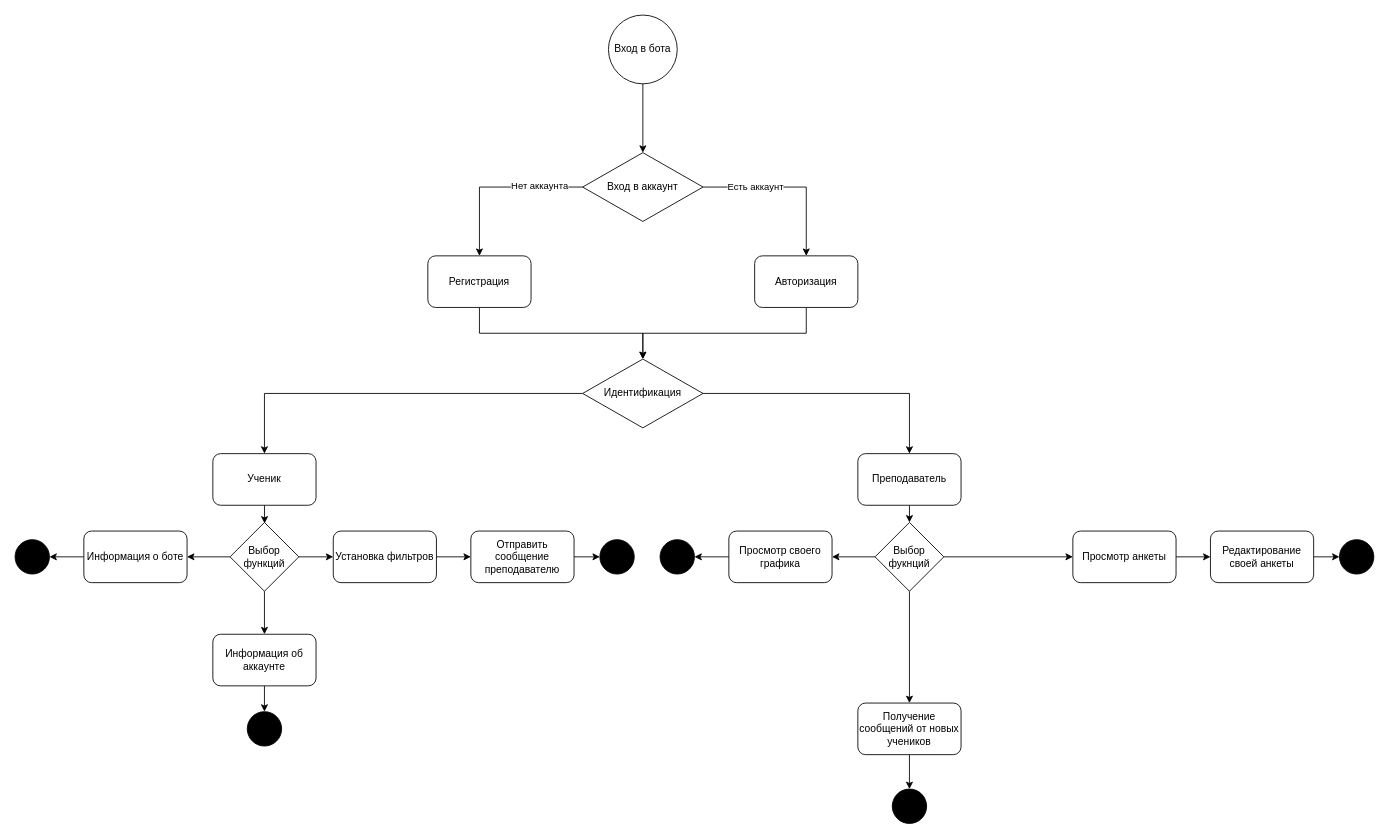
Above: activity_UML.drawio in rvoznak/Kursach_BKM (draw.io), before the change. Source tidied: cells renumbered, new cells numbered last; positions are measured from the earlier drawing's top-left corner, leaving out a move shared by most shapes. Both pictures are drawn from the tidied source at 86%, with x=0, y=0 at pixel (15, 15).
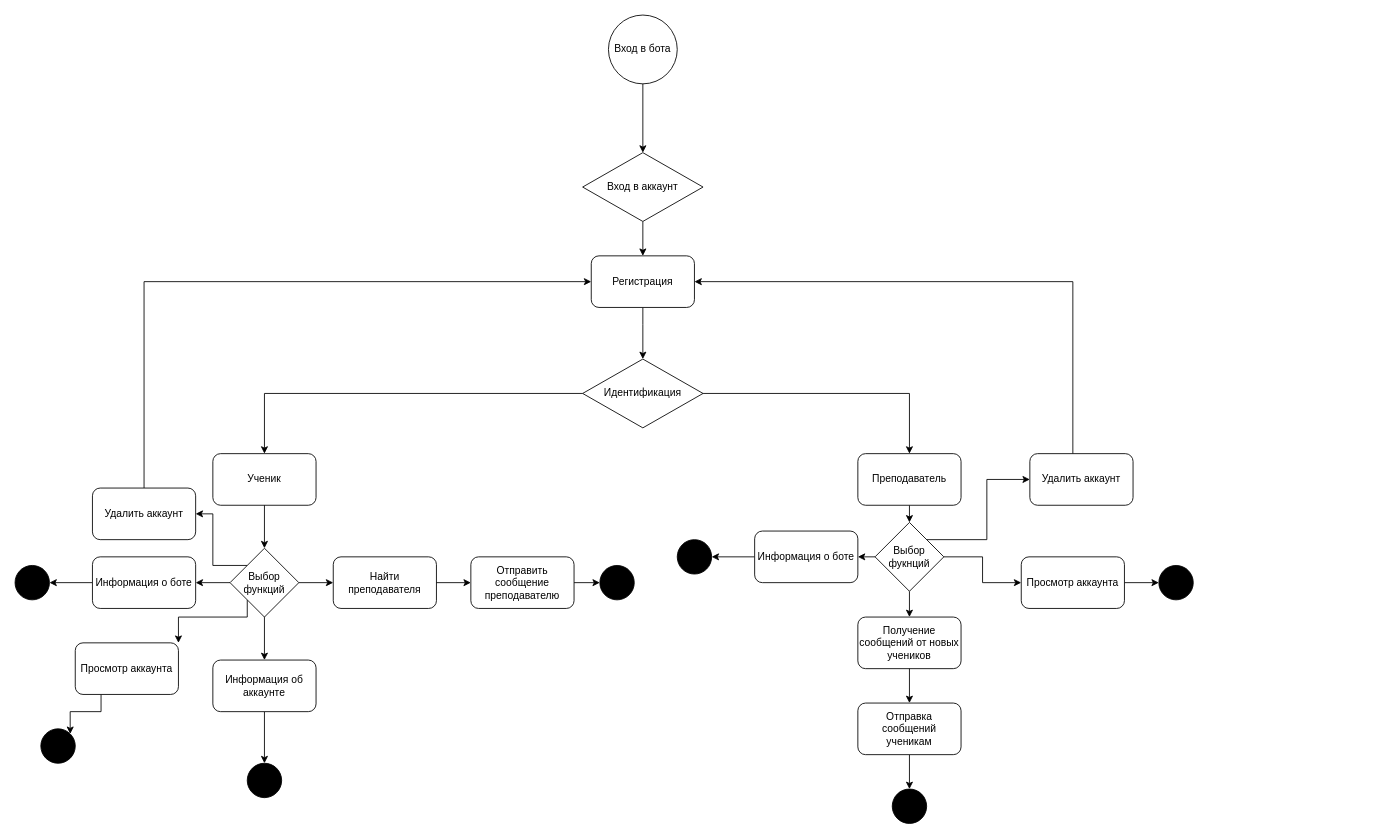
After the change.

Commit message:
Изменение даиграммы активности

Unchanged cells that the change refers to:
```xml
<mxCell id="3" value="Вход в аккаунт" style="rhombus;whiteSpace=wrap;html=1;" parent="1" vertex="1">
  <mxGeometry x="660" y="160" width="140" height="80" as="geometry" />
</mxCell>
<mxCell id="9" value="Идентификация" style="rhombus;whiteSpace=wrap;html=1;" parent="1" vertex="1">
  <mxGeometry x="660" y="400" width="140" height="80" as="geometry" />
</mxCell>
<mxCell id="23" value="Выбор фукнций" style="rhombus;whiteSpace=wrap;html=1;" parent="1" vertex="1">
  <mxGeometry x="1000" y="590" width="80" height="80" as="geometry" />
</mxCell>
<mxCell id="26" value="Ученик" style="rounded=1;whiteSpace=wrap;html=1;" parent="1" vertex="1">
  <mxGeometry x="230" y="510" width="120" height="60" as="geometry" />
</mxCell>
```

Change to the diagram source:
```diff
@@
+    <mxCell id="7" style="edgeStyle=orthogonalEdgeStyle;rounded=0;jettySize=auto;html=1;exitX=0.5;exitY=1;exitDx=0;exitDy=0;entryX=0.5;entryY=0;entryDx=0;entryDy=0;" parent="1" edge="1" source="3" target="14">
+      <mxGeometry relative="1" as="geometry" />
+    </mxCell>
@@
-    <mxCell id="5" style="edgeStyle=orthogonalEdgeStyle;rounded=0;jettySize=auto;html=1;entryX=0.5;entryY=0;entryDx=0;entryDy=0;" parent="1" edge="1" source="3" target="15">
-      <mxGeometry relative="1" as="geometry" />
-    </mxCell>
-    <mxCell id="6" value="Есть аккаунт" style="edgeLabel;html=1;align=center;verticalAlign=middle;" parent="5" vertex="1">
-      <mxGeometry x="-0.4" y="1" relative="1" as="geometry" />
-    </mxCell>
-    <mxCell id="7" style="edgeStyle=orthogonalEdgeStyle;rounded=0;jettySize=auto;html=1;entryX=0.5;entryY=0;entryDx=0;entryDy=0;" parent="1" edge="1" source="3" target="14">
-      <mxGeometry relative="1" as="geometry" />
-    </mxCell>
-    <mxCell id="8" value="Нет аккаунта" style="edgeLabel;html=1;align=center;verticalAlign=middle;" parent="7" vertex="1">
-      <mxGeometry x="-0.49" y="-2" relative="1" as="geometry" />
-    </mxCell>
@@
-    <mxCell id="10" style="edgeStyle=orthogonalEdgeStyle;rounded=0;jettySize=auto;html=1;exitX=0.5;exitY=1;exitDx=0;exitDy=0;entryX=0.5;entryY=0;entryDx=0;entryDy=0;" parent="1" edge="1" source="15" target="9">
-      <mxGeometry relative="1" as="geometry">
-        <Array as="points">
-          <mxPoint x="920" y="340" />
-          <mxPoint x="920" y="370" />
-          <mxPoint x="730" y="370" />
-        </Array>
-      </mxGeometry>
-    </mxCell>
     <mxCell id="11" style="edgeStyle=orthogonalEdgeStyle;rounded=0;jettySize=auto;html=1;entryX=0.5;entryY=0;entryDx=0;entryDy=0;exitX=0.5;exitY=1;exitDx=0;exitDy=0;" parent="1" edge="1" source="14" target="9">
       <mxGeometry relative="1" as="geometry">
         <Array as="points">
-          <mxPoint x="540" y="370" />
-          <mxPoint x="730" y="370" />
+          <mxPoint x="730" y="360" />
+          <mxPoint x="730" y="360" />
         </Array>
       </mxGeometry>
     </mxCell>
@@
     <mxCell id="14" value="Регистрация" style="rounded=1;whiteSpace=wrap;html=1;" parent="1" vertex="1">
-      <mxGeometry x="480" y="280" width="120" height="60" as="geometry" />
+      <mxGeometry x="670" y="280" width="120" height="60" as="geometry" />
     </mxCell>
-    <mxCell id="15" value="Авторизация" style="rounded=1;whiteSpace=wrap;html=1;" parent="1" vertex="1">
-      <mxGeometry x="860" y="280" width="120" height="60" as="geometry" />
-    </mxCell>
@@
-    <mxCell id="18" style="edgeStyle=orthogonalEdgeStyle;rounded=0;jettySize=auto;html=1;exitX=0.5;exitY=1;exitDx=0;exitDy=0;entryX=0.5;entryY=0;entryDx=0;entryDy=0;" parent="1" edge="1" source="19" target="45">
+    <mxCell id="18" style="edgeStyle=orthogonalEdgeStyle;rounded=0;jettySize=auto;html=1;exitX=0.5;exitY=1;exitDx=0;exitDy=0;entryX=0.5;entryY=0;entryDx=0;entryDy=0;" parent="1" edge="1" source="66" target="45">
       <mxGeometry relative="1" as="geometry" />
     </mxCell>
     <mxCell id="19" value="Получение сообщений от новых учеников" style="whiteSpace=wrap;html=1;rounded=1;" parent="1" vertex="1">
-      <mxGeometry x="980" y="800" width="120" height="60" as="geometry" />
+      <mxGeometry x="980" y="700" width="120" height="60" as="geometry" />
     </mxCell>
@@
-    <mxCell id="21" style="edgeStyle=orthogonalEdgeStyle;rounded=0;jettySize=auto;html=1;exitX=0;exitY=0.5;exitDx=0;exitDy=0;entryX=1;entryY=0.5;entryDx=0;entryDy=0;" parent="1" edge="1" source="23" target="41">
-      <mxGeometry relative="1" as="geometry" />
-    </mxCell>
@@
+    <mxCell id="50" style="edgeStyle=orthogonalEdgeStyle;rounded=0;jettySize=auto;html=1;exitX=1;exitY=0;exitDx=0;exitDy=0;entryX=0;entryY=0.5;entryDx=0;entryDy=0;" parent="1" edge="1" source="23" target="25">
+      <mxGeometry relative="1" as="geometry" />
+    </mxCell>
+    <mxCell id="51" style="edgeStyle=orthogonalEdgeStyle;rounded=0;jettySize=auto;html=1;exitX=0;exitY=0.5;exitDx=0;exitDy=0;entryX=1;entryY=0.5;entryDx=0;entryDy=0;" parent="1" edge="1" source="23" target="59">
+      <mxGeometry relative="1" as="geometry" />
+    </mxCell>
@@
-    <mxCell id="24" style="edgeStyle=orthogonalEdgeStyle;rounded=0;jettySize=auto;html=1;exitX=1;exitY=0.5;exitDx=0;exitDy=0;entryX=0;entryY=0.5;entryDx=0;entryDy=0;" parent="1" edge="1" source="25" target="48">
-      <mxGeometry relative="1" as="geometry" />
-    </mxCell>
+    <mxCell id="52" style="edgeStyle=orthogonalEdgeStyle;rounded=0;jettySize=auto;html=1;entryX=1;entryY=0.5;entryDx=0;entryDy=0;" parent="1" edge="1" source="25" target="14">
+      <mxGeometry relative="1" as="geometry">
+        <Array as="points">
+          <mxPoint x="1230" y="310" />
+        </Array>
+      </mxGeometry>
+    </mxCell>
-    <mxCell id="25" value="Редактирование своей анкеты" style="rounded=1;whiteSpace=wrap;html=1;" parent="1" vertex="1">
-      <mxGeometry x="1390" y="600" width="120" height="60" as="geometry" />
+    <mxCell id="25" value="Удалить аккаунт" style="rounded=1;whiteSpace=wrap;html=1;" parent="1" vertex="1">
+      <mxGeometry x="1180" y="510" width="120" height="60" as="geometry" />
     </mxCell>
@@
-    <mxCell id="27" value="Установка фильтров" style="rounded=1;whiteSpace=wrap;html=1;" parent="1" vertex="1">
-      <mxGeometry x="370" y="600" width="120" height="60" as="geometry" />
+    <mxCell id="27" value="Найти преподавателя" style="rounded=1;whiteSpace=wrap;html=1;" parent="1" vertex="1">
+      <mxGeometry x="370" y="630" width="120" height="60" as="geometry" />
     </mxCell>
-    <mxCell id="28" style="edgeStyle=orthogonalEdgeStyle;rounded=0;jettySize=auto;html=1;exitX=0.5;exitY=1;exitDx=0;exitDy=0;entryX=0.501;entryY=0.116;entryDx=0;entryDy=0;entryPerimeter=0;" parent="1" edge="1" source="26">
-      <mxGeometry relative="1" as="geometry">
-        <mxPoint x="290.2" y="591.2" as="targetPoint" />
-      </mxGeometry>
+    <mxCell id="28" style="edgeStyle=orthogonalEdgeStyle;rounded=0;jettySize=auto;html=1;exitX=0.5;exitY=1;exitDx=0;exitDy=0;entryX=0.5;entryY=0;entryDx=0;entryDy=0;" parent="1" edge="1" source="26" target="33">
+      <mxGeometry relative="1" as="geometry" />
     </mxCell>
@@
     <mxCell id="30" value="Отправить сообщение преподавателю" style="rounded=1;whiteSpace=wrap;html=1;" parent="1" vertex="1">
-      <mxGeometry x="530" y="600" width="120" height="60" as="geometry" />
+      <mxGeometry x="530" y="630" width="120" height="60" as="geometry" />
     </mxCell>
@@
+    <mxCell id="53" style="edgeStyle=orthogonalEdgeStyle;rounded=0;jettySize=auto;html=1;exitX=0;exitY=0;exitDx=0;exitDy=0;entryX=1;entryY=0.5;entryDx=0;entryDy=0;" parent="1" edge="1" source="33" target="57">
+      <mxGeometry relative="1" as="geometry" />
+    </mxCell>
+    <mxCell id="54" style="edgeStyle=orthogonalEdgeStyle;rounded=0;jettySize=auto;html=1;exitX=0;exitY=1;exitDx=0;exitDy=0;entryX=1;entryY=0;entryDx=0;entryDy=0;" parent="1" edge="1" source="33" target="63">
+      <mxGeometry relative="1" as="geometry">
+        <Array as="points">
+          <mxPoint x="270" y="700" />
+          <mxPoint x="190" y="700" />
+        </Array>
+      </mxGeometry>
+    </mxCell>
     <mxCell id="33" value="Выбор функций" style="rhombus;whiteSpace=wrap;html=1;" parent="1" vertex="1">
-      <mxGeometry x="250" y="590" width="80" height="80" as="geometry" />
+      <mxGeometry x="250" y="620" width="80" height="80" as="geometry" />
     </mxCell>
@@
     <mxCell id="35" value="Информация об аккаунте" style="rounded=1;whiteSpace=wrap;html=1;" parent="1" vertex="1">
-      <mxGeometry x="230" y="720" width="120" height="60" as="geometry" />
+      <mxGeometry x="230" y="750" width="120" height="60" as="geometry" />
     </mxCell>
@@
     <mxCell id="38" value="Информация о боте" style="rounded=1;whiteSpace=wrap;html=1;" parent="1" vertex="1">
-      <mxGeometry x="80" y="600" width="120" height="60" as="geometry" />
+      <mxGeometry x="90" y="630" width="120" height="60" as="geometry" />
     </mxCell>
@@
-    <mxCell id="40" style="edgeStyle=orthogonalEdgeStyle;rounded=0;jettySize=auto;html=1;exitX=0;exitY=0.5;exitDx=0;exitDy=0;entryX=1;entryY=0.5;entryDx=0;entryDy=0;" parent="1" edge="1" source="41" target="49">
-      <mxGeometry relative="1" as="geometry" />
-    </mxCell>
-    <mxCell id="41" value="Просмотр своего графика" style="rounded=1;whiteSpace=wrap;html=1;" parent="1" vertex="1">
-      <mxGeometry x="830" y="600" width="120" height="60" as="geometry" />
-    </mxCell>
-    <mxCell id="42" style="edgeStyle=orthogonalEdgeStyle;rounded=0;jettySize=auto;html=1;exitX=1;exitY=0.5;exitDx=0;exitDy=0;entryX=0;entryY=0.5;entryDx=0;entryDy=0;" parent="1" edge="1" source="43" target="25">
-      <mxGeometry relative="1" as="geometry" />
-    </mxCell>
+    <mxCell id="55" style="edgeStyle=orthogonalEdgeStyle;rounded=0;jettySize=auto;html=1;exitX=1;exitY=0.5;exitDx=0;exitDy=0;entryX=0;entryY=0.5;entryDx=0;entryDy=0;" parent="1" edge="1" source="43" target="61">
+      <mxGeometry relative="1" as="geometry" />
+    </mxCell>
-    <mxCell id="43" value="Просмотр анкеты" style="rounded=1;whiteSpace=wrap;html=1;" parent="1" vertex="1">
-      <mxGeometry x="1230" y="600" width="120" height="60" as="geometry" />
+    <mxCell id="43" value="Просмотр аккаунта" style="rounded=1;whiteSpace=wrap;html=1;" parent="1" vertex="1">
+      <mxGeometry x="1170" y="630" width="120" height="60" as="geometry" />
     </mxCell>
     <mxCell id="44" style="ellipse;whiteSpace=wrap;html=1;fillColor=#000000;" parent="1" vertex="1">
-      <mxGeometry x="680" y="610" width="40" height="40" as="geometry" />
+      <mxGeometry x="680" y="640" width="40" height="40" as="geometry" />
     </mxCell>
-    <mxCell id="45" style="ellipse;whiteSpace=wrap;html=1;fillColor=#000000;" parent="1" vertex="1">
-      <mxGeometry x="1020" y="900" width="40" height="40" as="geometry" />
-    </mxCell>
     <mxCell id="46" style="ellipse;whiteSpace=wrap;html=1;fillColor=#000000;" parent="1" vertex="1">
-      <mxGeometry x="270" y="810" width="40" height="40" as="geometry" />
+      <mxGeometry x="270" y="870" width="40" height="40" as="geometry" />
     </mxCell>
     <mxCell id="47" style="ellipse;whiteSpace=wrap;html=1;fillColor=#000000;" parent="1" vertex="1">
-      <mxGeometry y="610" width="40" height="40" as="geometry" />
+      <mxGeometry y="640" width="40" height="40" as="geometry" />
     </mxCell>
-    <mxCell id="48" style="ellipse;whiteSpace=wrap;html=1;fillColor=#000000;" parent="1" vertex="1">
-      <mxGeometry x="1540" y="610" width="40" height="40" as="geometry" />
-    </mxCell>
-    <mxCell id="49" style="ellipse;whiteSpace=wrap;html=1;fillColor=#000000;" parent="1" vertex="1">
-      <mxGeometry x="750" y="610" width="40" height="40" as="geometry" />
-    </mxCell>
+    <mxCell id="56" style="edgeStyle=orthogonalEdgeStyle;rounded=0;jettySize=auto;html=1;entryX=0;entryY=0.5;entryDx=0;entryDy=0;" parent="1" edge="1" source="57" target="14">
+      <mxGeometry relative="1" as="geometry">
+        <Array as="points">
+          <mxPoint x="150" y="310" />
+        </Array>
+      </mxGeometry>
+    </mxCell>
+    <mxCell id="57" value="Удалить аккаунт" style="rounded=1;whiteSpace=wrap;html=1;" parent="1" vertex="1">
+      <mxGeometry x="90" y="550" width="120" height="60" as="geometry" />
+    </mxCell>
+    <mxCell id="45" style="ellipse;whiteSpace=wrap;html=1;fillColor=#000000;" parent="1" vertex="1">
+      <mxGeometry x="1020" y="900" width="40" height="40" as="geometry" />
+    </mxCell>
+    <mxCell id="58" style="edgeStyle=orthogonalEdgeStyle;rounded=0;jettySize=auto;html=1;exitX=0;exitY=0.5;exitDx=0;exitDy=0;entryX=1;entryY=0.5;entryDx=0;entryDy=0;" parent="1" edge="1" source="59" target="60">
+      <mxGeometry relative="1" as="geometry" />
+    </mxCell>
+    <mxCell id="59" value="Информация о боте" style="rounded=1;whiteSpace=wrap;html=1;" parent="1" vertex="1">
+      <mxGeometry x="860" y="600" width="120" height="60" as="geometry" />
+    </mxCell>
+    <mxCell id="60" style="ellipse;whiteSpace=wrap;html=1;fillColor=#000000;" parent="1" vertex="1">
+      <mxGeometry x="770" y="610" width="40" height="40" as="geometry" />
+    </mxCell>
+    <mxCell id="61" style="ellipse;whiteSpace=wrap;html=1;fillColor=#000000;" parent="1" vertex="1">
+      <mxGeometry x="1330" y="640" width="40" height="40" as="geometry" />
+    </mxCell>
+    <mxCell id="62" style="edgeStyle=orthogonalEdgeStyle;rounded=0;jettySize=auto;html=1;exitX=0.25;exitY=1;exitDx=0;exitDy=0;entryX=1;entryY=0;entryDx=0;entryDy=0;" parent="1" edge="1" source="63" target="64">
+      <mxGeometry relative="1" as="geometry" />
+    </mxCell>
+    <mxCell id="63" value="Просмотр аккаунта" style="rounded=1;whiteSpace=wrap;html=1;" parent="1" vertex="1">
+      <mxGeometry x="70" y="730" width="120" height="60" as="geometry" />
+    </mxCell>
+    <mxCell id="64" style="ellipse;whiteSpace=wrap;html=1;fillColor=#000000;" parent="1" vertex="1">
+      <mxGeometry x="30" y="830" width="40" height="40" as="geometry" />
+    </mxCell>
+    <mxCell id="65" style="edgeStyle=orthogonalEdgeStyle;rounded=0;jettySize=auto;html=1;exitX=0.5;exitY=1;exitDx=0;exitDy=0;entryX=0.5;entryY=0;entryDx=0;entryDy=0;" parent="1" edge="1" source="19" target="66">
+      <mxGeometry relative="1" as="geometry" />
+    </mxCell>
+    <mxCell id="66" value="Отправка сообщений ученикам" style="rounded=1;whiteSpace=wrap;html=1;" parent="1" vertex="1">
+      <mxGeometry x="980" y="800" width="120" height="60" as="geometry" />
+    </mxCell>
```
